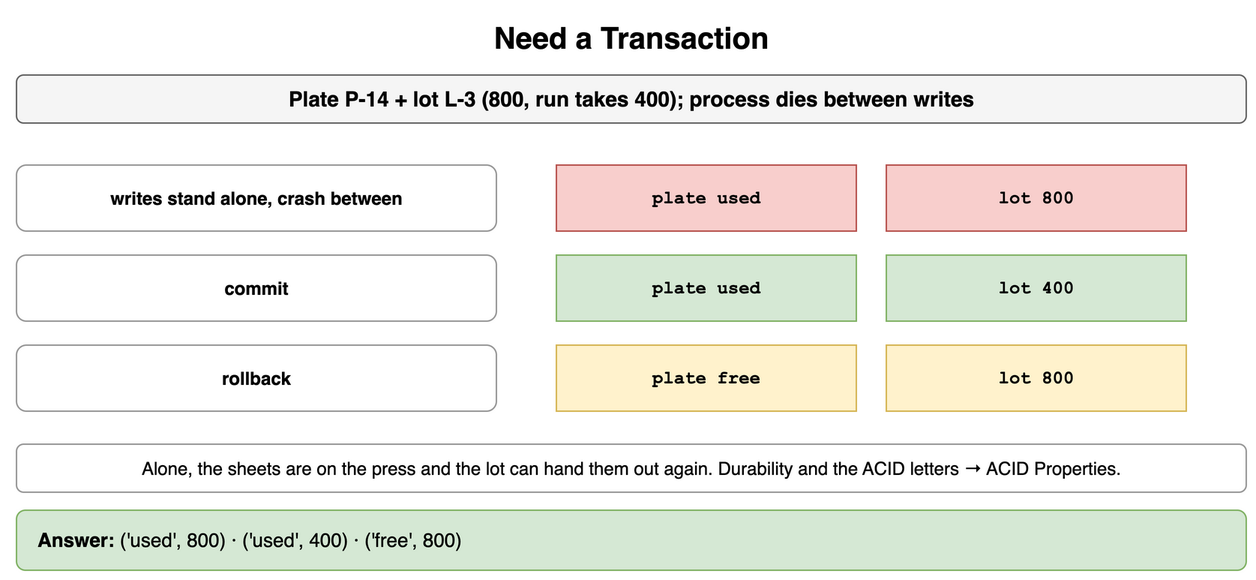
The draw.io diagram content/09_System_Design_Interview/16_Transactions_and_Concurrency_Control/diagrams/transactions-drills-1-need-a-transaction.png in amendez13/swe-study-guide, before a commit. Source tidied: cells renumbered, new cells last; positions are measured from the earlier drawing's top-left corner, leaving out a move shared by most shapes. Its diagram source:
```xml
<mxGraphModel>
  <root>
    <mxCell id="0" />
    <mxCell id="1" parent="0" />
    <mxCell id="2" value="Need a Transaction" style="text;html=1;align=center;verticalAlign=middle;whiteSpace=wrap;fontSize=20;fontStyle=1;" parent="1" vertex="1">
      <mxGeometry width="820" height="30" as="geometry" />
    </mxCell>
    <mxCell id="3" value="Plate P-14 + lot L-3 (800, run takes 400); process dies between writes" style="rounded=1;whiteSpace=wrap;html=1;fillColor=#f5f5f5;strokeColor=#666666;fontStyle=1;fontSize=14;" parent="1" vertex="1">
      <mxGeometry y="40" width="820" height="32" as="geometry" />
    </mxCell>
    <mxCell id="4" value="writes stand alone, crash between" style="rounded=1;whiteSpace=wrap;html=1;fillColor=#ffffff;strokeColor=#999999;fontSize=12;align=center;fontStyle=1;" parent="1" vertex="1">
      <mxGeometry y="100" width="320" height="44" as="geometry" />
    </mxCell>
    <mxCell id="5" value="plate used" style="rounded=0;whiteSpace=wrap;html=1;fontFamily=Courier New;fontStyle=1;fontSize=13;fillColor=#f8cecc;strokeColor=#b85450;fontSize=12;" parent="1" vertex="1">
      <mxGeometry x="360" y="100" width="200" height="44" as="geometry" />
    </mxCell>
    <mxCell id="6" value="lot 800" style="rounded=0;whiteSpace=wrap;html=1;fontFamily=Courier New;fontStyle=1;fontSize=13;fillColor=#f8cecc;strokeColor=#b85450;fontSize=12;" parent="1" vertex="1">
      <mxGeometry x="580" y="100" width="200" height="44" as="geometry" />
    </mxCell>
    <mxCell id="7" value="commit" style="rounded=1;whiteSpace=wrap;html=1;fillColor=#ffffff;strokeColor=#999999;fontSize=12;align=center;fontStyle=1;" parent="1" vertex="1">
      <mxGeometry y="160" width="320" height="44" as="geometry" />
    </mxCell>
    <mxCell id="8" value="plate used" style="rounded=0;whiteSpace=wrap;html=1;fontFamily=Courier New;fontStyle=1;fontSize=13;fillColor=#d5e8d4;strokeColor=#82b366;fontSize=12;" parent="1" vertex="1">
      <mxGeometry x="360" y="160" width="200" height="44" as="geometry" />
    </mxCell>
    <mxCell id="9" value="lot 400" style="rounded=0;whiteSpace=wrap;html=1;fontFamily=Courier New;fontStyle=1;fontSize=13;fillColor=#d5e8d4;strokeColor=#82b366;fontSize=12;" parent="1" vertex="1">
      <mxGeometry x="580" y="160" width="200" height="44" as="geometry" />
    </mxCell>
    <mxCell id="10" value="rollback" style="rounded=1;whiteSpace=wrap;html=1;fillColor=#ffffff;strokeColor=#999999;fontSize=12;align=center;fontStyle=1;" parent="1" vertex="1">
      <mxGeometry y="220" width="320" height="44" as="geometry" />
    </mxCell>
    <mxCell id="11" value="plate free" style="rounded=0;whiteSpace=wrap;html=1;fontFamily=Courier New;fontStyle=1;fontSize=13;fillColor=#fff2cc;strokeColor=#d6b656;fontSize=12;" parent="1" vertex="1">
      <mxGeometry x="360" y="220" width="200" height="44" as="geometry" />
    </mxCell>
    <mxCell id="12" value="lot 800" style="rounded=0;whiteSpace=wrap;html=1;fontFamily=Courier New;fontStyle=1;fontSize=13;fillColor=#fff2cc;strokeColor=#d6b656;fontSize=12;" parent="1" vertex="1">
      <mxGeometry x="580" y="220" width="200" height="44" as="geometry" />
    </mxCell>
    <mxCell id="13" value="Alone, the sheets are on the press and the lot can hand them out again. Durability and the ACID letters → ACID Properties." style="rounded=1;whiteSpace=wrap;html=1;fillColor=#ffffff;strokeColor=#999999;fontSize=12;align=center;" parent="1" vertex="1">
      <mxGeometry y="286" width="820" height="32" as="geometry" />
    </mxCell>
    <mxCell id="14" value="&lt;b&gt;Answer:&lt;/b&gt; ('used', 800) · ('used', 400) · ('free', 800)" style="rounded=1;whiteSpace=wrap;html=1;fillColor=#d5e8d4;strokeColor=#82b366;fontSize=13;align=left;spacingLeft=12;" parent="1" vertex="1">
      <mxGeometry y="330" width="820" height="40" as="geometry" />
    </mxCell>
  </root>
</mxGraphModel>
```
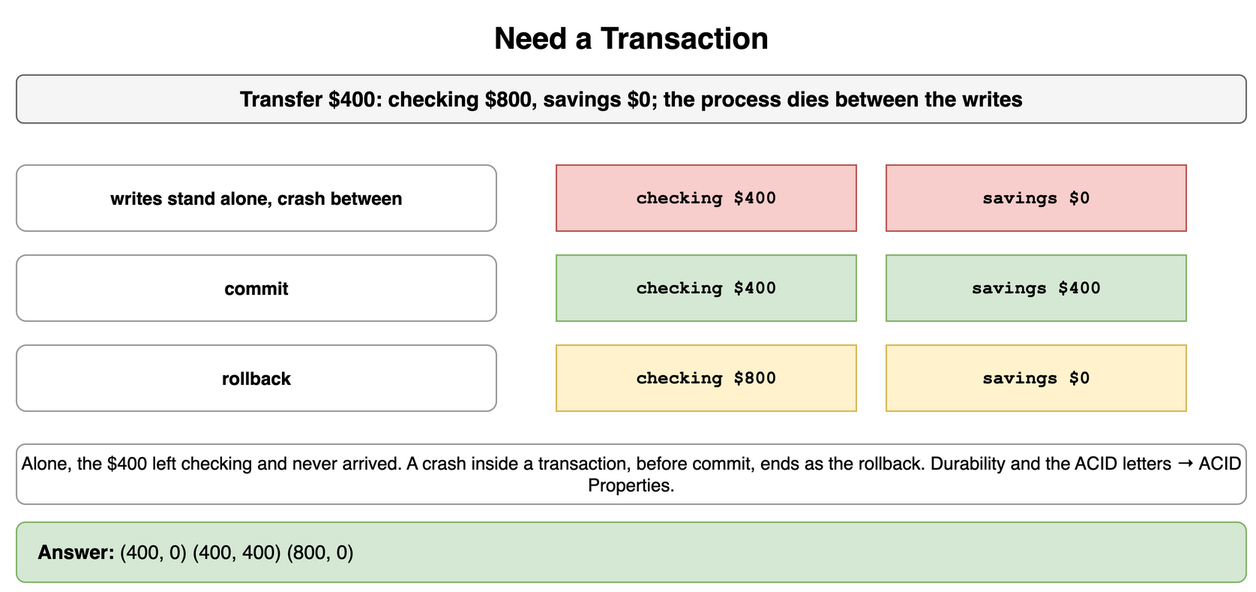
After the commit.

Change to the diagram source:
```diff
@@ -5,41 +5,41 @@
     <mxCell id="2" value="Need a Transaction" style="text;html=1;align=center;verticalAlign=middle;whiteSpace=wrap;fontSize=20;fontStyle=1;" parent="1" vertex="1">
       <mxGeometry width="820" height="30" as="geometry" />
     </mxCell>
-    <mxCell id="3" value="Plate P-14 + lot L-3 (800, run takes 400); process dies between writes" style="rounded=1;whiteSpace=wrap;html=1;fillColor=#f5f5f5;strokeColor=#666666;fontStyle=1;fontSize=14;" parent="1" vertex="1">
+    <mxCell id="3" value="Transfer $400: checking $800, savings $0; the process dies between the writes" style="rounded=1;whiteSpace=wrap;html=1;fillColor=#f5f5f5;strokeColor=#666666;fontStyle=1;fontSize=14;" parent="1" vertex="1">
       <mxGeometry y="40" width="820" height="32" as="geometry" />
     </mxCell>
     <mxCell id="4" value="writes stand alone, crash between" style="rounded=1;whiteSpace=wrap;html=1;fillColor=#ffffff;strokeColor=#999999;fontSize=12;align=center;fontStyle=1;" parent="1" vertex="1">
       <mxGeometry y="100" width="320" height="44" as="geometry" />
     </mxCell>
-    <mxCell id="5" value="plate used" style="rounded=0;whiteSpace=wrap;html=1;fontFamily=Courier New;fontStyle=1;fontSize=13;fillColor=#f8cecc;strokeColor=#b85450;fontSize=12;" parent="1" vertex="1">
+    <mxCell id="5" value="checking $400" style="rounded=0;whiteSpace=wrap;html=1;fontFamily=Courier New;fontStyle=1;fontSize=13;fillColor=#f8cecc;strokeColor=#b85450;fontSize=12;" parent="1" vertex="1">
       <mxGeometry x="360" y="100" width="200" height="44" as="geometry" />
     </mxCell>
-    <mxCell id="6" value="lot 800" style="rounded=0;whiteSpace=wrap;html=1;fontFamily=Courier New;fontStyle=1;fontSize=13;fillColor=#f8cecc;strokeColor=#b85450;fontSize=12;" parent="1" vertex="1">
+    <mxCell id="6" value="savings $0" style="rounded=0;whiteSpace=wrap;html=1;fontFamily=Courier New;fontStyle=1;fontSize=13;fillColor=#f8cecc;strokeColor=#b85450;fontSize=12;" parent="1" vertex="1">
       <mxGeometry x="580" y="100" width="200" height="44" as="geometry" />
     </mxCell>
     <mxCell id="7" value="commit" style="rounded=1;whiteSpace=wrap;html=1;fillColor=#ffffff;strokeColor=#999999;fontSize=12;align=center;fontStyle=1;" parent="1" vertex="1">
       <mxGeometry y="160" width="320" height="44" as="geometry" />
     </mxCell>
-    <mxCell id="8" value="plate used" style="rounded=0;whiteSpace=wrap;html=1;fontFamily=Courier New;fontStyle=1;fontSize=13;fillColor=#d5e8d4;strokeColor=#82b366;fontSize=12;" parent="1" vertex="1">
+    <mxCell id="8" value="checking $400" style="rounded=0;whiteSpace=wrap;html=1;fontFamily=Courier New;fontStyle=1;fontSize=13;fillColor=#d5e8d4;strokeColor=#82b366;fontSize=12;" parent="1" vertex="1">
       <mxGeometry x="360" y="160" width="200" height="44" as="geometry" />
     </mxCell>
-    <mxCell id="9" value="lot 400" style="rounded=0;whiteSpace=wrap;html=1;fontFamily=Courier New;fontStyle=1;fontSize=13;fillColor=#d5e8d4;strokeColor=#82b366;fontSize=12;" parent="1" vertex="1">
+    <mxCell id="9" value="savings $400" style="rounded=0;whiteSpace=wrap;html=1;fontFamily=Courier New;fontStyle=1;fontSize=13;fillColor=#d5e8d4;strokeColor=#82b366;fontSize=12;" parent="1" vertex="1">
       <mxGeometry x="580" y="160" width="200" height="44" as="geometry" />
     </mxCell>
     <mxCell id="10" value="rollback" style="rounded=1;whiteSpace=wrap;html=1;fillColor=#ffffff;strokeColor=#999999;fontSize=12;align=center;fontStyle=1;" parent="1" vertex="1">
       <mxGeometry y="220" width="320" height="44" as="geometry" />
     </mxCell>
-    <mxCell id="11" value="plate free" style="rounded=0;whiteSpace=wrap;html=1;fontFamily=Courier New;fontStyle=1;fontSize=13;fillColor=#fff2cc;strokeColor=#d6b656;fontSize=12;" parent="1" vertex="1">
+    <mxCell id="11" value="checking $800" style="rounded=0;whiteSpace=wrap;html=1;fontFamily=Courier New;fontStyle=1;fontSize=13;fillColor=#fff2cc;strokeColor=#d6b656;fontSize=12;" parent="1" vertex="1">
       <mxGeometry x="360" y="220" width="200" height="44" as="geometry" />
     </mxCell>
-    <mxCell id="12" value="lot 800" style="rounded=0;whiteSpace=wrap;html=1;fontFamily=Courier New;fontStyle=1;fontSize=13;fillColor=#fff2cc;strokeColor=#d6b656;fontSize=12;" parent="1" vertex="1">
+    <mxCell id="12" value="savings $0" style="rounded=0;whiteSpace=wrap;html=1;fontFamily=Courier New;fontStyle=1;fontSize=13;fillColor=#fff2cc;strokeColor=#d6b656;fontSize=12;" parent="1" vertex="1">
       <mxGeometry x="580" y="220" width="200" height="44" as="geometry" />
     </mxCell>
-    <mxCell id="13" value="Alone, the sheets are on the press and the lot can hand them out again. Durability and the ACID letters → ACID Properties." style="rounded=1;whiteSpace=wrap;html=1;fillColor=#ffffff;strokeColor=#999999;fontSize=12;align=center;" parent="1" vertex="1">
-      <mxGeometry y="286" width="820" height="32" as="geometry" />
+    <mxCell id="13" value="Alone, the $400 left checking and never arrived. A crash inside a transaction, before commit, ends as the rollback. Durability and the ACID letters → ACID Properties." style="rounded=1;whiteSpace=wrap;html=1;fillColor=#ffffff;strokeColor=#999999;fontSize=12;align=center;" parent="1" vertex="1">
+      <mxGeometry y="286" width="820" height="40" as="geometry" />
     </mxCell>
-    <mxCell id="14" value="&lt;b&gt;Answer:&lt;/b&gt; ('used', 800) · ('used', 400) · ('free', 800)" style="rounded=1;whiteSpace=wrap;html=1;fillColor=#d5e8d4;strokeColor=#82b366;fontSize=13;align=left;spacingLeft=12;" parent="1" vertex="1">
-      <mxGeometry y="330" width="820" height="40" as="geometry" />
+    <mxCell id="14" value="&lt;b&gt;Answer:&lt;/b&gt; (400, 0) (400, 400) (800, 0)" style="rounded=1;whiteSpace=wrap;html=1;fillColor=#d5e8d4;strokeColor=#82b366;fontSize=13;align=left;spacingLeft=12;" parent="1" vertex="1">
+      <mxGeometry y="338" width="820" height="40" as="geometry" />
     </mxCell>
   </root>
 </mxGraphModel>
```
